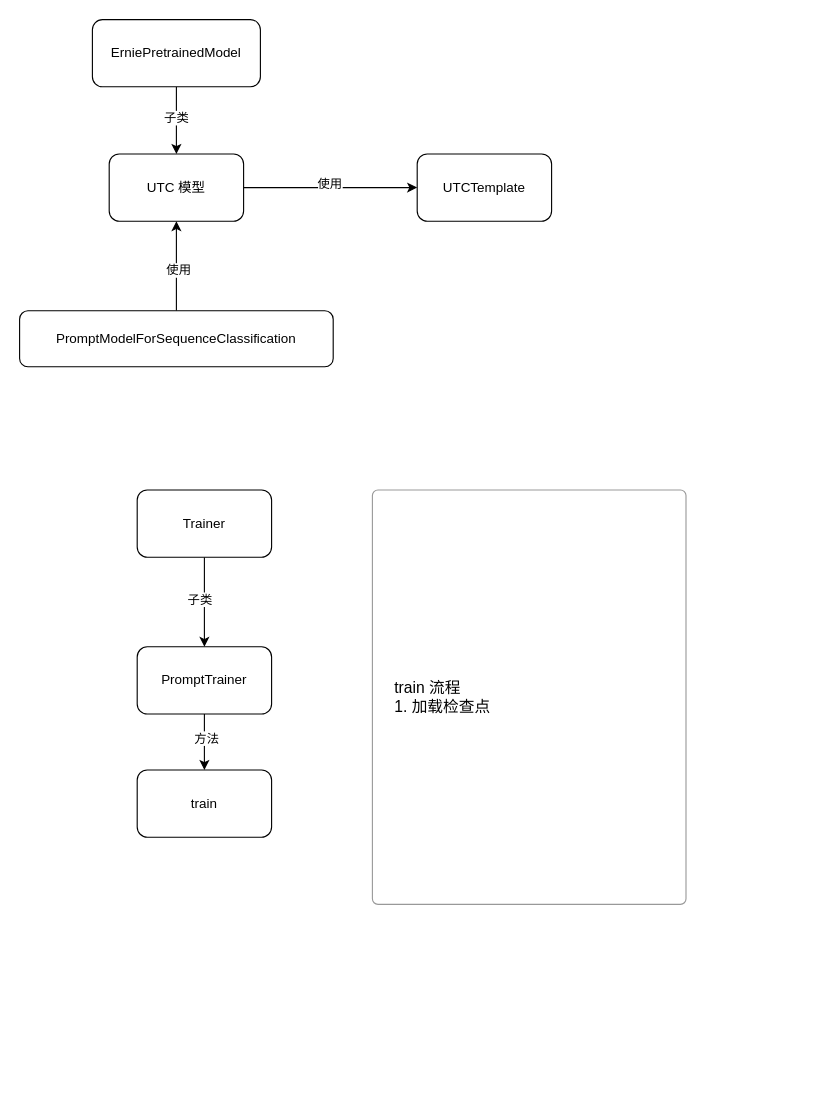
Earlier version of the draw.io diagram applications/zero_shot_text_classification/paddlenlp.drawio (zhenhua32/PaddleNLP). Source tidied: cells renumbered, new cells numbered last; positions are measured from the earlier drawing's top-left corner, leaving out a move shared by most shapes. Both pictures are drawn from the tidied source at 112%, with x=0, y=0 at pixel (19, 19).
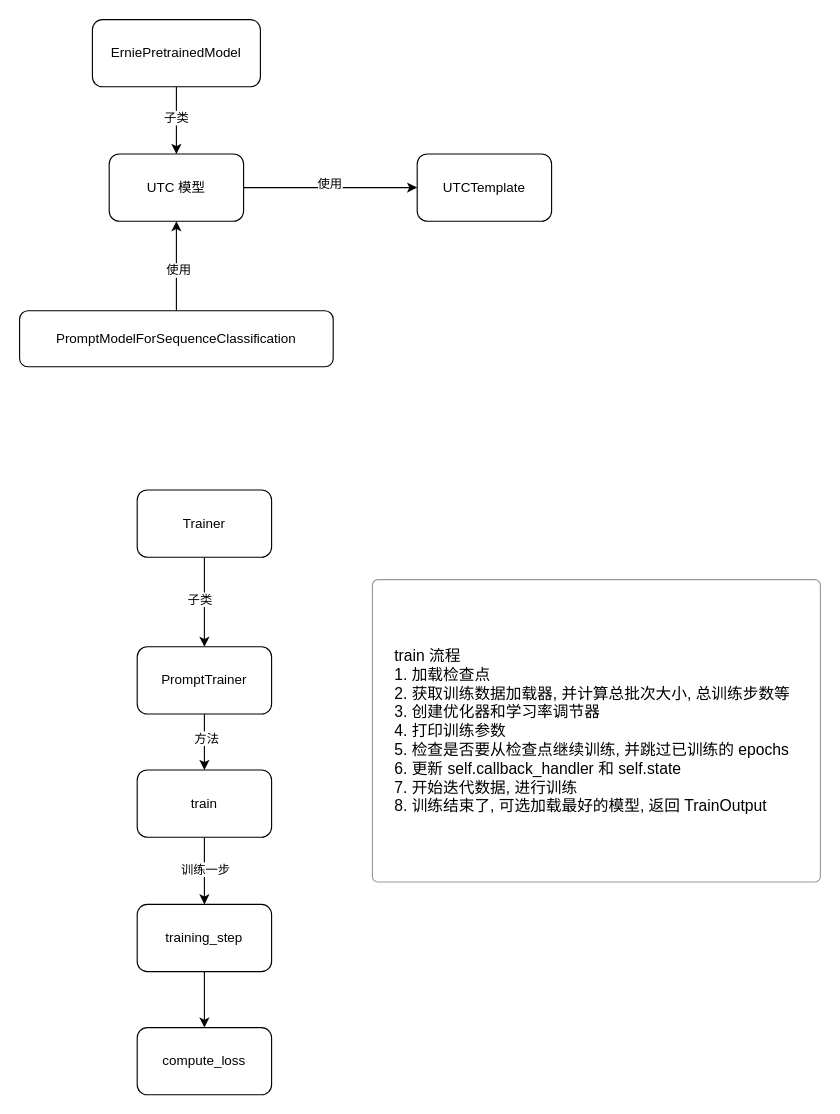
After the change.

Unchanged cells that the change refers to:
```xml
<mxCell id="18" value="train" style="rounded=1;whiteSpace=wrap;html=1;" parent="1" vertex="1">
  <mxGeometry x="105" y="670" width="120" height="60" as="geometry" />
</mxCell>
```

Change to the diagram source:
```diff
@@
+    <mxCell id="20" style="edgeStyle=orthogonalEdgeStyle;rounded=0;jettySize=auto;html=1;" parent="1" edge="1" source="18" target="23">
+      <mxGeometry relative="1" as="geometry" />
+    </mxCell>
+    <mxCell id="21" value="训练一步" style="edgeLabel;html=1;align=center;verticalAlign=middle;" parent="20" vertex="1">
+      <mxGeometry x="-0.06" relative="1" as="geometry" />
+    </mxCell>
@@
-    <mxCell id="19" value="&lt;div style=&quot;&quot;&gt;&lt;span style=&quot;color: rgb(0, 0, 0); background-color: initial;&quot;&gt;train 流程&lt;/span&gt;&lt;/div&gt;&lt;font color=&quot;#000000&quot;&gt;&lt;div style=&quot;&quot;&gt;&lt;span style=&quot;background-color: initial;&quot;&gt;1. 加载检查点&lt;/span&gt;&lt;/div&gt;&lt;/font&gt;" style="html=1;shadow=0;dashed=0;shape=mxgraph.bootstrap.rrect;rSize=5;strokeColor=#999999;strokeWidth=1;fillColor=#FFFFFF;fontColor=#6C767D;whiteSpace=wrap;align=left;verticalAlign=middle;spacingLeft=10;fontSize=14;spacing=10;" parent="1" vertex="1">
-      <mxGeometry x="315" y="420" width="280" height="370" as="geometry" />
+    <mxCell id="19" value="&lt;div style=&quot;&quot;&gt;&lt;div&gt;&lt;font color=&quot;#000000&quot;&gt;train 流程&lt;/font&gt;&lt;/div&gt;&lt;div&gt;&lt;font color=&quot;#000000&quot;&gt;1. 加载检查点&lt;/font&gt;&lt;/div&gt;&lt;div&gt;&lt;font color=&quot;#000000&quot;&gt;2. 获取训练数据加载器, 并计算总批次大小, 总训练步数等&lt;/font&gt;&lt;/div&gt;&lt;div&gt;&lt;font color=&quot;#000000&quot;&gt;3. 创建优化器和学习率调节器&lt;/font&gt;&lt;/div&gt;&lt;div&gt;&lt;font color=&quot;#000000&quot;&gt;4. 打印训练参数&lt;/font&gt;&lt;/div&gt;&lt;div&gt;&lt;font color=&quot;#000000&quot;&gt;5. 检查是否要从检查点继续训练, 并跳过已训练的 epochs&lt;/font&gt;&lt;/div&gt;&lt;div&gt;&lt;font color=&quot;#000000&quot;&gt;6. 更新 self.callback_handler 和 self.state&lt;/font&gt;&lt;/div&gt;&lt;div&gt;&lt;font color=&quot;#000000&quot;&gt;7. 开始迭代数据, 进行训练&lt;/font&gt;&lt;/div&gt;&lt;div&gt;&lt;font color=&quot;#000000&quot;&gt;8. 训练结束了, 可选加载最好的模型, 返回 TrainOutput&lt;/font&gt;&lt;/div&gt;&lt;/div&gt;" style="html=1;shadow=0;dashed=0;shape=mxgraph.bootstrap.rrect;rSize=5;strokeColor=#999999;strokeWidth=1;fillColor=#FFFFFF;fontColor=#6C767D;whiteSpace=wrap;align=left;verticalAlign=middle;spacingLeft=10;fontSize=14;spacing=10;" parent="1" vertex="1">
+      <mxGeometry x="315" y="500" width="400" height="270" as="geometry" />
     </mxCell>
+    <mxCell id="22" style="edgeStyle=orthogonalEdgeStyle;rounded=0;jettySize=auto;html=1;exitX=0.5;exitY=1;exitDx=0;exitDy=0;" parent="1" edge="1" source="23" target="24">
+      <mxGeometry relative="1" as="geometry" />
+    </mxCell>
+    <mxCell id="23" value="training_step" style="rounded=1;whiteSpace=wrap;html=1;" parent="1" vertex="1">
+      <mxGeometry x="105" y="790" width="120" height="60" as="geometry" />
+    </mxCell>
+    <mxCell id="24" value="compute_loss" style="rounded=1;whiteSpace=wrap;html=1;" parent="1" vertex="1">
+      <mxGeometry x="105" y="900" width="120" height="60" as="geometry" />
+    </mxCell>
```
